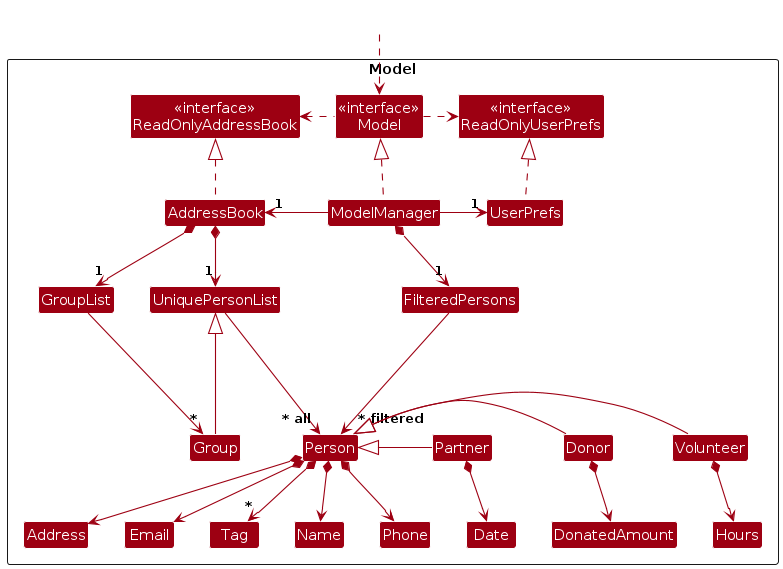
The PlantUML diagram diagrams/ModelClassDiagram.png in AY2425S1-CS2103T-T16-3/tp, before a commit. Its source is kept beside it as diagrams/ModelClassDiagram.puml.
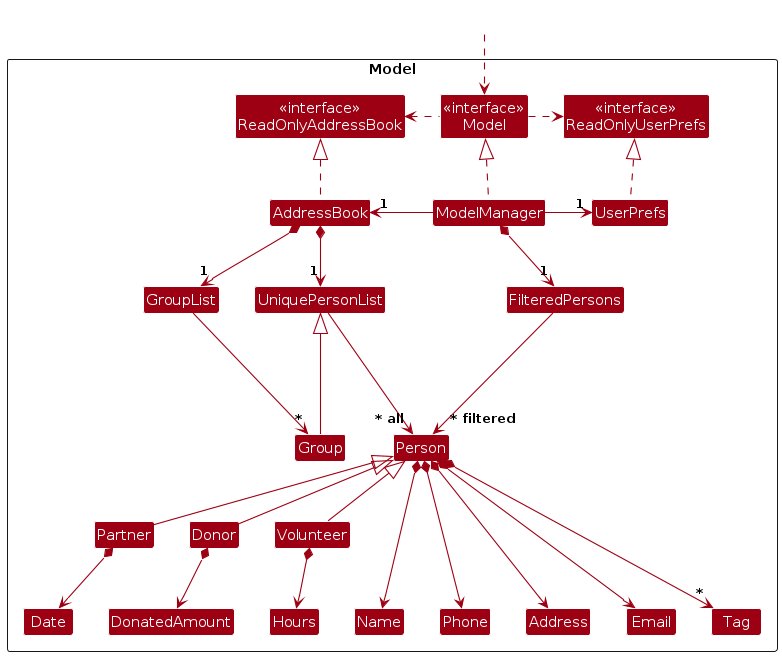
The same diagram one commit later.

Diff of the diagram source:
```diff
@@ -60,9 +60,9 @@
 Person *--> Email
 Person *--> Address
 Person *--> "*" Tag
-Volunteer -left-|> Person
-Donor -left-|> Person
-Partner -left-|> Person
+Volunteer -up-|> Person
+Donor -up-|> Person
+Partner -up-|> Person
 Person -[hidden]right- Group
 Volunteer *-->Hours
 Donor *--> DonatedAmount
@@ -71,8 +71,13 @@
 Person -[hidden]up--> I
 UniquePersonList -[hidden]right-> I
 
+Volunteer -[hidden]left-> Donor
+Donor -[hidden]left-> Partner
+
+Hours -[hidden]right-> Name
 Name -[hidden]right-> Phone
 Phone -[hidden]right-> Address
 Address -[hidden]right-> Email
+Email -[hidden]right-> Tag
 
 @enduml
```
